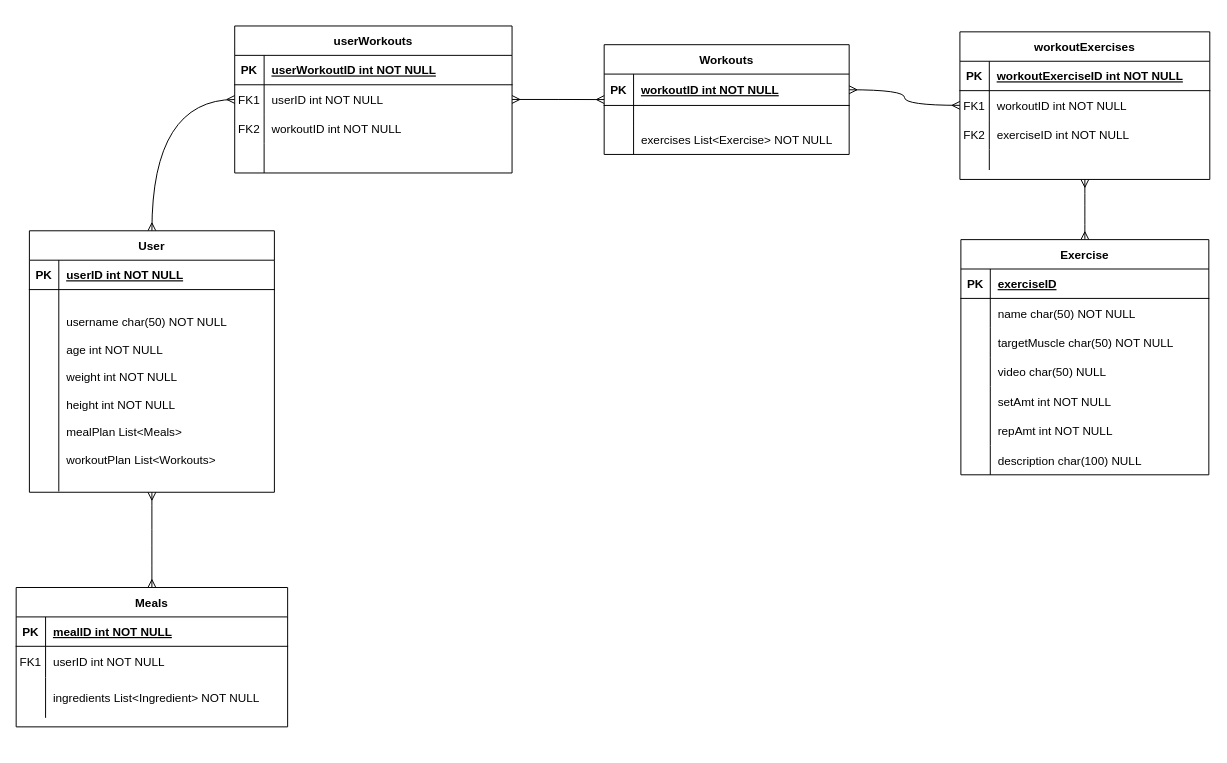
This is HomieGainz ER Diagram.drawio from Scipion2002/HomieGainz, a draw.io file, before an edit. Source tidied: cells renumbered, new cells numbered last; positions are measured from the earlier drawing's top-left corner, leaving out a move shared by most shapes. Both pictures are drawn from the tidied source at 98%, with x=0, y=0 at pixel (16, 25).
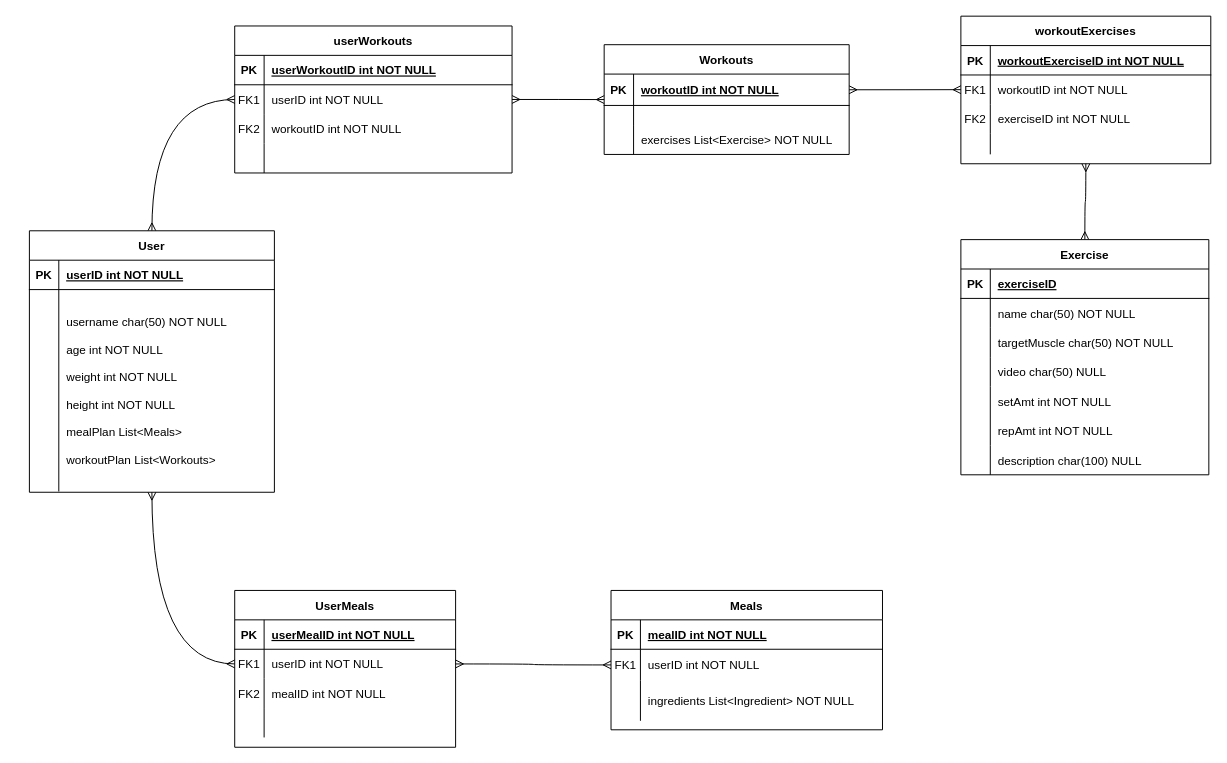
Above is the later version.

Commit message:
Added UserMeals connection

The change refers to these unchanged cells:
```xml
<mxCell id="18" style="shape=partialRectangle;fillColor=none;points=[[0,0.5],[1,0.5]];portConstraint=eastwest;top=0;left=0;right=0;bottom=0;" parent="14" vertex="1">
  <mxGeometry y="60" width="277" height="32" as="geometry" />
</mxCell>
<mxCell id="24" value="User" style="shape=table;startSize=30;childLayout=tableLayout;rowLines=0;fontStyle=1;align=center;" parent="1" vertex="1">
  <mxGeometry x="13.5" y="209" width="250" height="266.8" as="geometry" />
</mxCell>
```

The edit, as a diff of the source:
```diff
@@
-    <mxCell id="3" style="edgeStyle=orthogonalEdgeStyle;endArrow=ERmany;startArrow=ERmany;endFill=0;startFill=0;entryX=0.5;entryY=0;entryDx=0;entryDy=0;curved=1;exitX=0.5;exitY=1;exitDx=0;exitDy=0;" parent="1" edge="1" source="24" target="14">
-      <mxGeometry relative="1" as="geometry" />
-    </mxCell>
@@
     <mxCell id="14" value="Meals" style="shape=table;startSize=30;childLayout=tableLayout;rowLines=0;fontStyle=1;align=center;" parent="1" vertex="1">
-      <mxGeometry y="573" width="277" height="142.2" as="geometry" />
+      <mxGeometry x="607" y="576" width="277" height="142.2" as="geometry" />
     </mxCell>
@@
+    <mxCell id="82" style="edgeStyle=orthogonalEdgeStyle;curved=1;rounded=0;jettySize=auto;html=1;entryX=0;entryY=0.5;entryDx=0;entryDy=0;startArrow=ERmany;startFill=0;endArrow=ERmany;endFill=0;" parent="1" edge="1" source="24" target="87">
+      <mxGeometry relative="1" as="geometry" />
+    </mxCell>
@@
     <mxCell id="68" value="workoutExercises" style="shape=table;startSize=30;childLayout=tableLayout;rowLines=0;fontStyle=1;align=center;" parent="1" vertex="1">
-      <mxGeometry x="963" y="6" width="255" height="150.6" as="geometry" />
+      <mxGeometry x="964" y="-10" width="255" height="150.6" as="geometry" />
     </mxCell>
@@
+    <mxCell id="83" value="UserMeals" style="shape=table;startSize=30;childLayout=tableLayout;rowLines=0;fontStyle=1;align=center;" parent="1" vertex="1">
+      <mxGeometry x="223" y="576" width="225.4" height="160" as="geometry" />
+    </mxCell>
+    <mxCell id="84" style="shape=tableRow;horizontal=0;startSize=0;swimlaneHead=0;swimlaneBody=0;fillColor=none;top=0;left=0;right=0;bottom=1;" parent="83" vertex="1">
+      <mxGeometry y="30" width="225.4" height="30" as="geometry" />
+    </mxCell>
+    <mxCell id="85" value="PK" style="shape=partialRectangle;fillColor=none;top=0;left=0;bottom=0;right=0;fontStyle=1;overflow=hidden;" parent="84" vertex="1">
+      <mxGeometry width="30" height="30" as="geometry" />
+    </mxCell>
+    <mxCell id="86" value="userMealID int NOT NULL" style="shape=partialRectangle;fillColor=none;top=0;left=0;bottom=0;right=0;align=left;spacingLeft=6;fontStyle=5;overflow=hidden;" parent="84" vertex="1">
+      <mxGeometry x="30" width="195.4" height="30" as="geometry" />
+    </mxCell>
+    <mxCell id="87" style="shape=tableRow;horizontal=0;startSize=0;swimlaneHead=0;swimlaneBody=0;fillColor=none;points=[[0,0.5],[1,0.5]];portConstraint=eastwest;top=0;left=0;right=0;bottom=0;" parent="83" vertex="1">
+      <mxGeometry y="60" width="225.4" height="30" as="geometry" />
+    </mxCell>
+    <mxCell id="88" value="FK1" style="shape=partialRectangle;fillColor=none;top=0;left=0;bottom=0;right=0;overflow=hidden;" parent="87" vertex="1">
+      <mxGeometry width="30" height="30" as="geometry" />
+    </mxCell>
+    <mxCell id="89" value="userID int NOT NULL" style="shape=partialRectangle;fillColor=none;top=0;left=0;bottom=0;right=0;align=left;spacingLeft=6;overflow=hidden;" parent="87" vertex="1">
+      <mxGeometry x="30" width="195.4" height="30" as="geometry" />
+    </mxCell>
+    <mxCell id="90" style="shape=tableRow;horizontal=0;startSize=0;swimlaneHead=0;swimlaneBody=0;fillColor=none;top=0;left=0;right=0;bottom=0;" parent="83" vertex="1">
+      <mxGeometry y="90" width="225.4" height="30" as="geometry" />
+    </mxCell>
+    <mxCell id="91" value="FK2" style="shape=partialRectangle;fillColor=none;top=0;left=0;bottom=0;right=0;overflow=hidden;" parent="90" vertex="1">
+      <mxGeometry width="30" height="30" as="geometry" />
+    </mxCell>
+    <mxCell id="92" value="mealID int NOT NULL" style="shape=partialRectangle;fillColor=none;top=0;left=0;bottom=0;right=0;align=left;spacingLeft=6;overflow=hidden;" parent="90" vertex="1">
+      <mxGeometry x="30" width="195.4" height="30" as="geometry" />
+    </mxCell>
+    <mxCell id="93" style="shape=tableRow;horizontal=0;startSize=0;swimlaneHead=0;swimlaneBody=0;fillColor=none;top=0;left=0;right=0;bottom=0;" parent="83" vertex="1">
+      <mxGeometry y="120" width="225.4" height="30" as="geometry" />
+    </mxCell>
+    <mxCell id="94" style="shape=partialRectangle;fillColor=none;top=0;left=0;bottom=0;right=0;overflow=hidden;" parent="93" vertex="1">
+      <mxGeometry width="30" height="30" as="geometry" />
+    </mxCell>
+    <mxCell id="95" style="shape=partialRectangle;fillColor=none;top=0;left=0;bottom=0;right=0;align=left;spacingLeft=6;overflow=hidden;" parent="93" vertex="1">
+      <mxGeometry x="30" width="195.4" height="30" as="geometry" />
+    </mxCell>
+    <mxCell id="96" style="edgeStyle=orthogonalEdgeStyle;curved=1;rounded=0;jettySize=auto;html=1;entryX=0;entryY=0.5;entryDx=0;entryDy=0;startArrow=ERmany;startFill=0;endArrow=ERmany;endFill=0;" parent="1" edge="1" source="87" target="18">
+      <mxGeometry relative="1" as="geometry" />
+    </mxCell>
```
